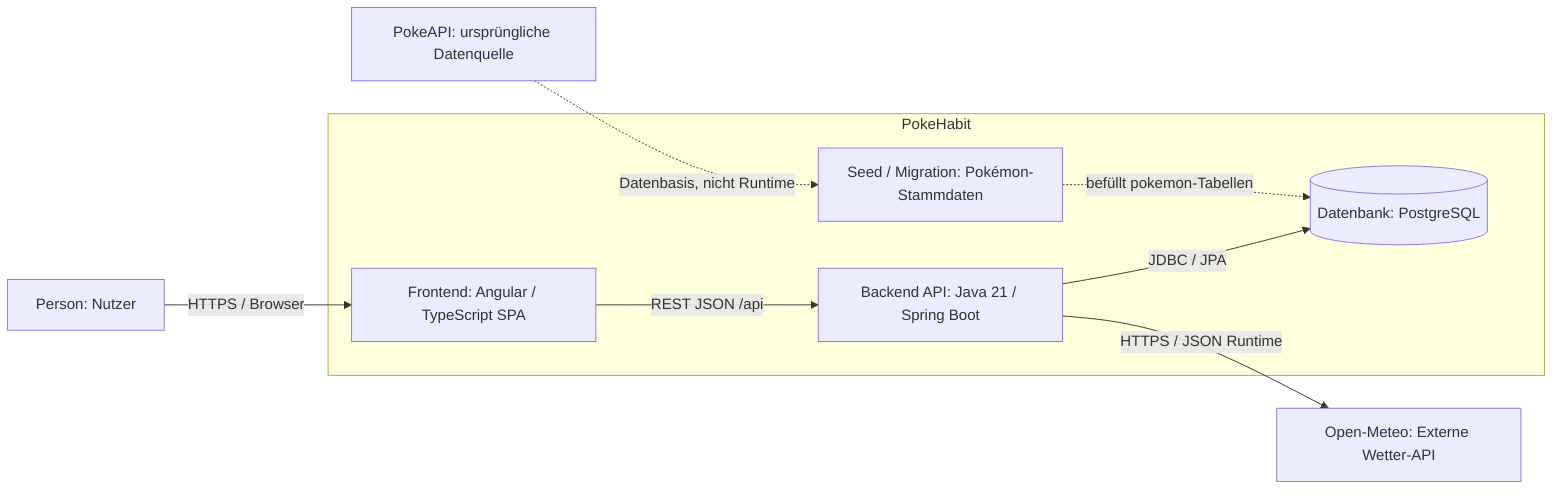
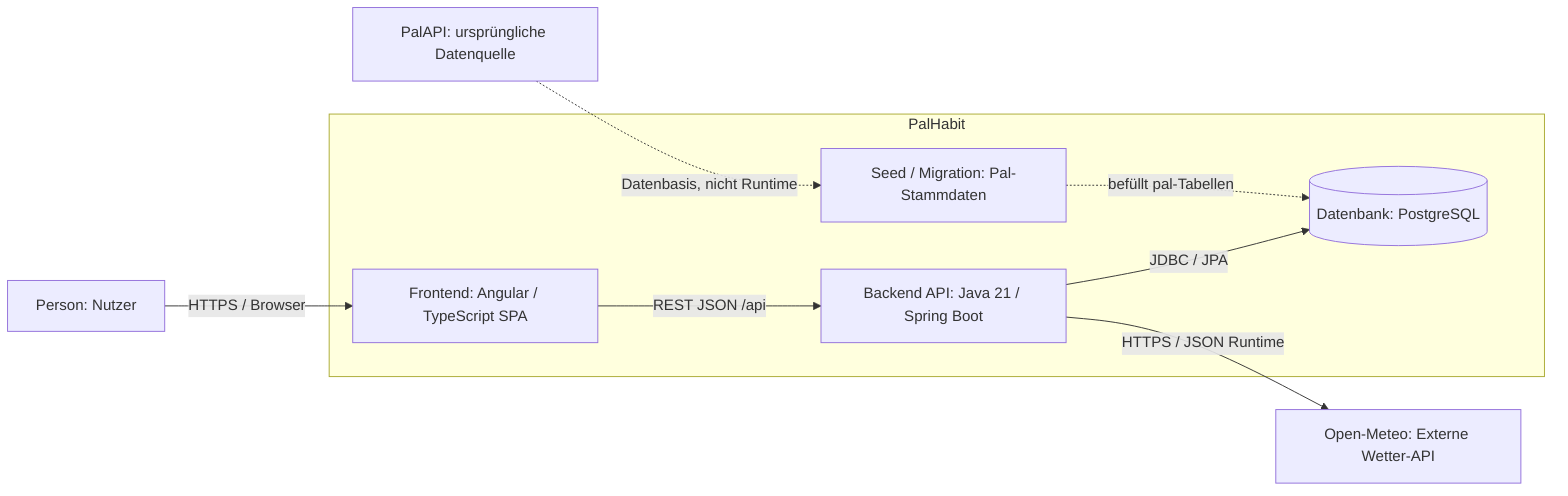
flowchart LR
    USER["Person: Nutzer"]

-     subgraph APP["PokeHabit"]
+     subgraph APP["PalHabit"]
        FE["Frontend: Angular / TypeScript SPA"]
        BE["Backend API: Java 21 / Spring Boot"]
        DB[(Datenbank: PostgreSQL)]
-         SEED["Seed / Migration: Pokémon-Stammdaten"]
+         SEED["Seed / Migration: Pal-Stammdaten"]
    end

-     POKEAPI["PokeAPI: ursprüngliche Datenquelle"]
+     POKEAPI["PalAPI: ursprüngliche Datenquelle"]
    WEATHER["Open-Meteo: Externe Wetter-API"]

    USER -->|HTTPS / Browser| FE
    FE -->|REST JSON /api| BE
    BE -->|JDBC / JPA| DB
    BE -->|HTTPS / JSON Runtime| WEATHER

    POKEAPI -.->|Datenbasis, nicht Runtime| SEED
-     SEED -.->|befüllt pokemon-Tabellen| DB+     SEED -.->|befüllt pal-Tabellen| DB